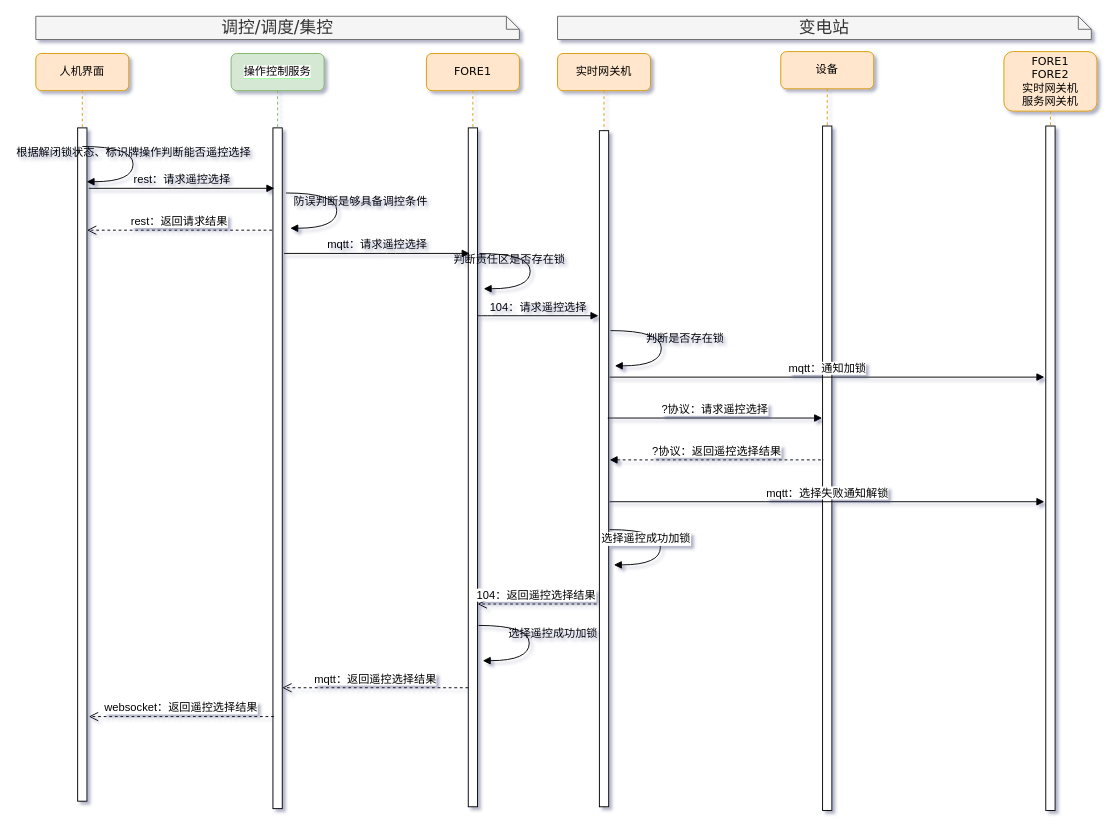
Before: page "集控站遥控选择" (2 of 8) of 操作与控制.drawio in qwe995272801/taowenxiang, a draw.io diagram. Source tidied: cells renumbered, new cells numbered last; positions are measured from the earlier drawing's top-left corner, leaving out a move shared by most shapes. Both pictures are drawn from the tidied source at 93%, with x=0, y=0 at pixel (35, 16).
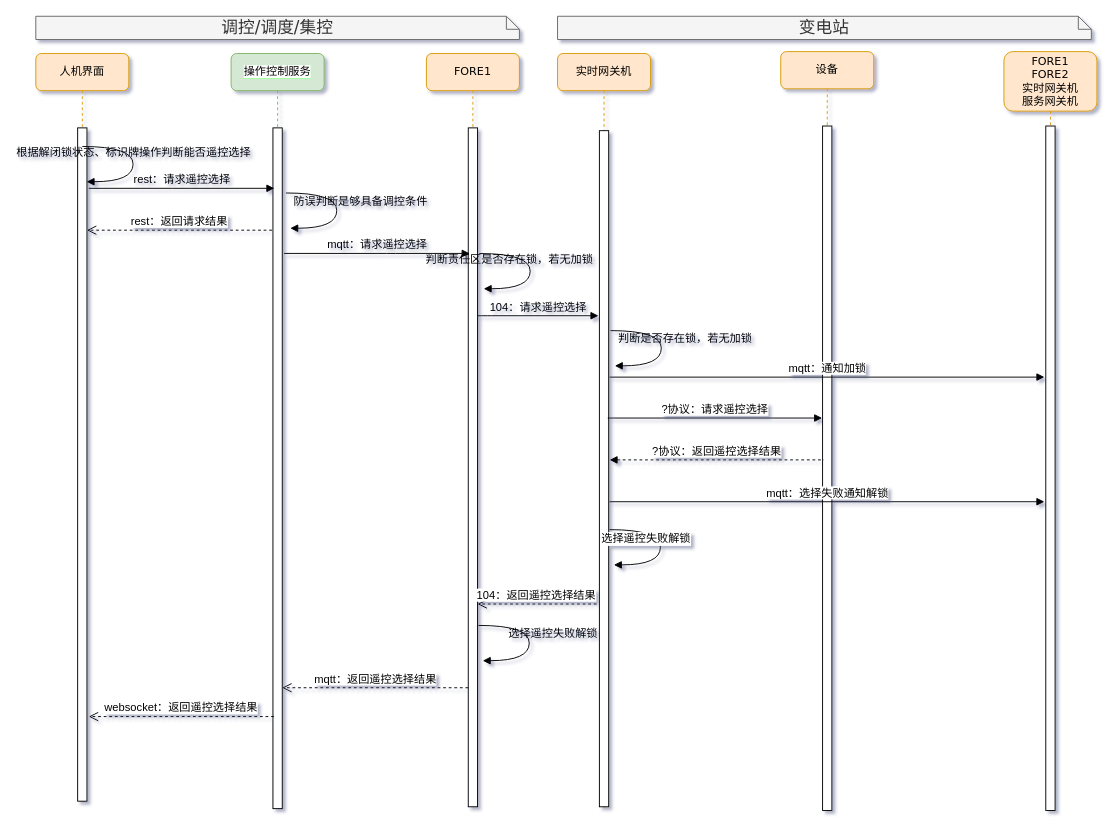
The same diagram, later.

Unchanged cells that the change refers to:
```xml
<mxCell id="24" style="html=1;verticalAlign=bottom;endArrow=block;labelBackgroundColor=none;fontFamily=Verdana;fontSize=12;elbow=vertical;edgeStyle=orthogonalEdgeStyle;curved=1;entryX=1;entryY=0.286;entryPerimeter=0;exitX=1.038;exitY=0.345;exitPerimeter=0;" parent="1" edge="1">
  <mxGeometry x="0.02" y="25" relative="1" as="geometry">
    <mxPoint x="617" y="552" as="sourcePoint" />
    <mxPoint x="621.6" y="589.9" as="targetPoint" />
    <Array as="points">
      <mxPoint x="671.6" y="551.9" />
      <mxPoint x="671.6" y="589.9" />
    </Array>
  </mxGeometry>
</mxCell>
```

What changed in the source:
```diff
@@
-    <mxCell id="15" value="判断责任区是否存在锁" style="html=1;verticalAlign=bottom;endArrow=block;labelBackgroundColor=none;fontFamily=Verdana;fontSize=12;elbow=vertical;edgeStyle=orthogonalEdgeStyle;curved=1;entryX=1;entryY=0.286;entryPerimeter=0;exitX=1.038;exitY=0.345;exitPerimeter=0;" parent="1" edge="1">
+    <mxCell id="15" value="判断责任区是否存在锁，若无加锁" style="html=1;verticalAlign=bottom;endArrow=block;labelBackgroundColor=none;fontFamily=Verdana;fontSize=12;elbow=vertical;edgeStyle=orthogonalEdgeStyle;curved=1;entryX=1;entryY=0.286;entryPerimeter=0;exitX=1.038;exitY=0.345;exitPerimeter=0;" parent="1" edge="1">
       <mxGeometry x="-0.55" y="-16" relative="1" as="geometry">
         <mxPoint x="477" y="255.1" as="sourcePoint" />
         <mxPoint x="481.6" y="293" as="targetPoint" />
         <Array as="points">
           <mxPoint x="531.6" y="255" />
           <mxPoint x="531.6" y="293" />
         </Array>
       </mxGeometry>
     </mxCell>
-    <mxCell id="16" value="选择遥控成功加锁" style="html=1;verticalAlign=bottom;endArrow=block;labelBackgroundColor=none;fontFamily=Verdana;fontSize=12;elbow=vertical;edgeStyle=orthogonalEdgeStyle;curved=1;entryX=1;entryY=0.286;entryPerimeter=0;exitX=1.038;exitY=0.345;exitPerimeter=0;" parent="1" edge="1">
+    <mxCell id="16" value="选择遥控失败解锁" style="html=1;verticalAlign=bottom;endArrow=block;labelBackgroundColor=none;fontFamily=Verdana;fontSize=12;elbow=vertical;edgeStyle=orthogonalEdgeStyle;curved=1;entryX=1;entryY=0.286;entryPerimeter=0;exitX=1.038;exitY=0.345;exitPerimeter=0;" parent="1" edge="1">
       <mxGeometry x="0.02" y="25" relative="1" as="geometry">
         <mxPoint x="476" y="655" as="sourcePoint" />
         <mxPoint x="480.6" y="692.9" as="targetPoint" />
         <Array as="points">
           <mxPoint x="530.6" y="654.9" />
           <mxPoint x="530.6" y="692.9" />
         </Array>
       </mxGeometry>
     </mxCell>
@@
-    <mxCell id="21" value="判断是否存在锁" style="html=1;verticalAlign=bottom;endArrow=block;labelBackgroundColor=none;fontFamily=Verdana;fontSize=12;elbow=vertical;edgeStyle=orthogonalEdgeStyle;curved=1;entryX=1;entryY=0.286;entryPerimeter=0;exitX=1.038;exitY=0.345;exitPerimeter=0;" parent="1" edge="1">
+    <mxCell id="21" value="判断是否存在锁，若无加锁" style="html=1;verticalAlign=bottom;endArrow=block;labelBackgroundColor=none;fontFamily=Verdana;fontSize=12;elbow=vertical;edgeStyle=orthogonalEdgeStyle;curved=1;entryX=1;entryY=0.286;entryPerimeter=0;exitX=1.038;exitY=0.345;exitPerimeter=0;" parent="1" edge="1">
       <mxGeometry x="0.02" y="25" relative="1" as="geometry">
         <mxPoint x="618" y="338" as="sourcePoint" />
         <mxPoint x="622.6" y="375.9" as="targetPoint" />
         <Array as="points">
           <mxPoint x="672.6" y="337.9" />
           <mxPoint x="672.6" y="375.9" />
         </Array>
       </mxGeometry>
     </mxCell>
@@
-    <mxCell id="25" value="选择遥控成功加锁" style="edgeLabel;html=1;align=center;verticalAlign=middle;fontSize=12;" parent="24" vertex="1">
+    <mxCell id="25" value="选择遥控失败解锁" style="edgeLabel;html=1;align=center;verticalAlign=middle;fontSize=12;" parent="24" vertex="1">
       <mxGeometry x="-0.76" y="-1" relative="1" as="geometry">
         <mxPoint x="21" y="8" as="offset" />
       </mxGeometry>
     </mxCell>
```
